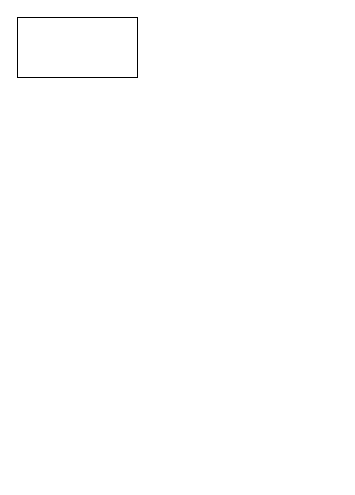
Above: test.drawio in SchoolOfCode/escape-room-hackathon-room2grow (draw.io), before the change. Source tidied: cells renumbered, new cells numbered last; positions are measured from the earlier drawing's top-left corner, leaving out a move shared by most shapes. Both pictures are drawn from the tidied source at 100%, with x=0, y=0 at pixel (17, 17).
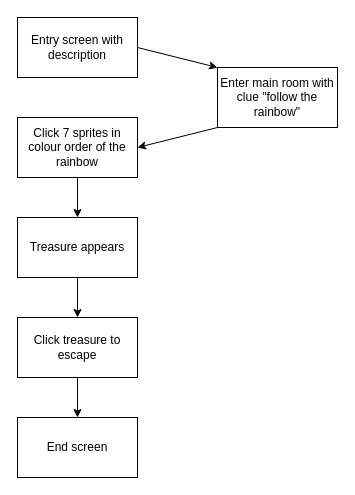
The same page after the edit.

Commit message:
basic flow

Change to the diagram source:
```diff
@@
 <mxGraphModel>
   <root>
     <mxCell id="0" />
     <mxCell id="1" parent="0" />
+    <mxCell id="3" style="edgeStyle=none;html=1;exitX=1;exitY=0.5;exitDx=0;exitDy=0;entryX=0;entryY=0;entryDx=0;entryDy=0;" parent="1" edge="1" source="2" target="12">
+      <mxGeometry relative="1" as="geometry" />
+    </mxCell>
-    <mxCell id="2" style="rounded=0;whiteSpace=wrap;html=1;" parent="1" vertex="1">
+    <mxCell id="2" value="Entry screen with description" style="rounded=0;whiteSpace=wrap;html=1;" parent="1" vertex="1">
       <mxGeometry width="120" height="60" as="geometry" />
     </mxCell>
+    <mxCell id="4" style="edgeStyle=none;html=1;exitX=0.5;exitY=1;exitDx=0;exitDy=0;entryX=0.5;entryY=0;entryDx=0;entryDy=0;" parent="1" edge="1" source="5" target="7">
+      <mxGeometry relative="1" as="geometry" />
+    </mxCell>
+    <mxCell id="5" value="Click 7 sprites in colour order of the rainbow" style="rounded=0;whiteSpace=wrap;html=1;" parent="1" vertex="1">
+      <mxGeometry y="100" width="120" height="60" as="geometry" />
+    </mxCell>
+    <mxCell id="6" style="edgeStyle=none;html=1;exitX=0.5;exitY=1;exitDx=0;exitDy=0;entryX=0.5;entryY=0;entryDx=0;entryDy=0;" parent="1" edge="1" source="7" target="9">
+      <mxGeometry relative="1" as="geometry" />
+    </mxCell>
+    <mxCell id="7" value="Treasure appears" style="rounded=0;whiteSpace=wrap;html=1;" parent="1" vertex="1">
+      <mxGeometry y="200" width="120" height="60" as="geometry" />
+    </mxCell>
+    <mxCell id="8" style="edgeStyle=none;html=1;exitX=0.5;exitY=1;exitDx=0;exitDy=0;entryX=0.5;entryY=0;entryDx=0;entryDy=0;" parent="1" edge="1" source="9" target="10">
+      <mxGeometry relative="1" as="geometry" />
+    </mxCell>
+    <mxCell id="9" value="Click treasure to escape" style="rounded=0;whiteSpace=wrap;html=1;" parent="1" vertex="1">
+      <mxGeometry y="300" width="120" height="60" as="geometry" />
+    </mxCell>
+    <mxCell id="10" value="End screen" style="rounded=0;whiteSpace=wrap;html=1;" parent="1" vertex="1">
+      <mxGeometry y="400" width="120" height="60" as="geometry" />
+    </mxCell>
+    <mxCell id="11" style="edgeStyle=none;html=1;exitX=0;exitY=1;exitDx=0;exitDy=0;entryX=1;entryY=0.5;entryDx=0;entryDy=0;" parent="1" edge="1" source="12" target="5">
+      <mxGeometry relative="1" as="geometry" />
+    </mxCell>
+    <mxCell id="12" value="Enter main room with clue &quot;follow the rainbow&quot;" style="rounded=0;whiteSpace=wrap;html=1;" parent="1" vertex="1">
+      <mxGeometry x="200" y="50" width="120" height="60" as="geometry" />
+    </mxCell>
   </root>
 </mxGraphModel>
```
